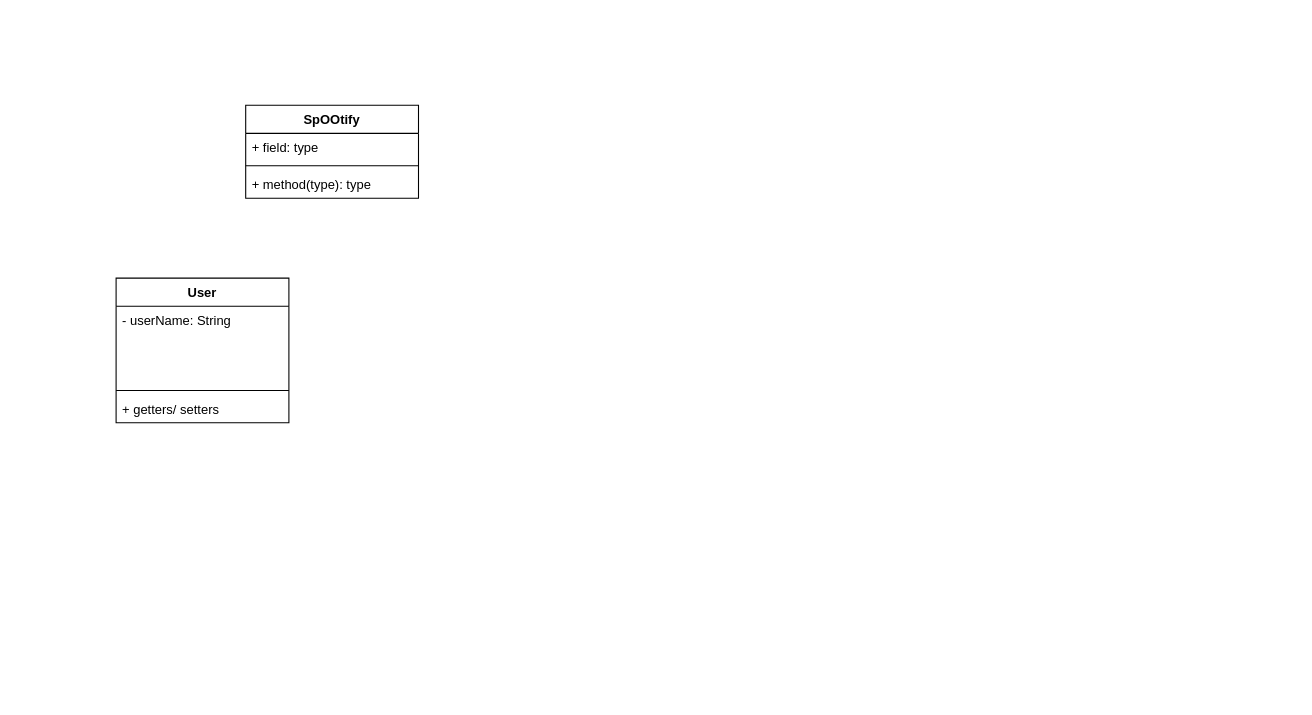
Before: practica5_ejercicio1.drawio in ssofiaavila/OO2--Informatica-UNLP, a draw.io diagram. Source tidied: cells renumbered, new cells numbered last; positions are measured from the earlier drawing's top-left corner, leaving out a move shared by most shapes. Both pictures are drawn from the tidied source at 108%, with x=0, y=0 at pixel (116, 105).
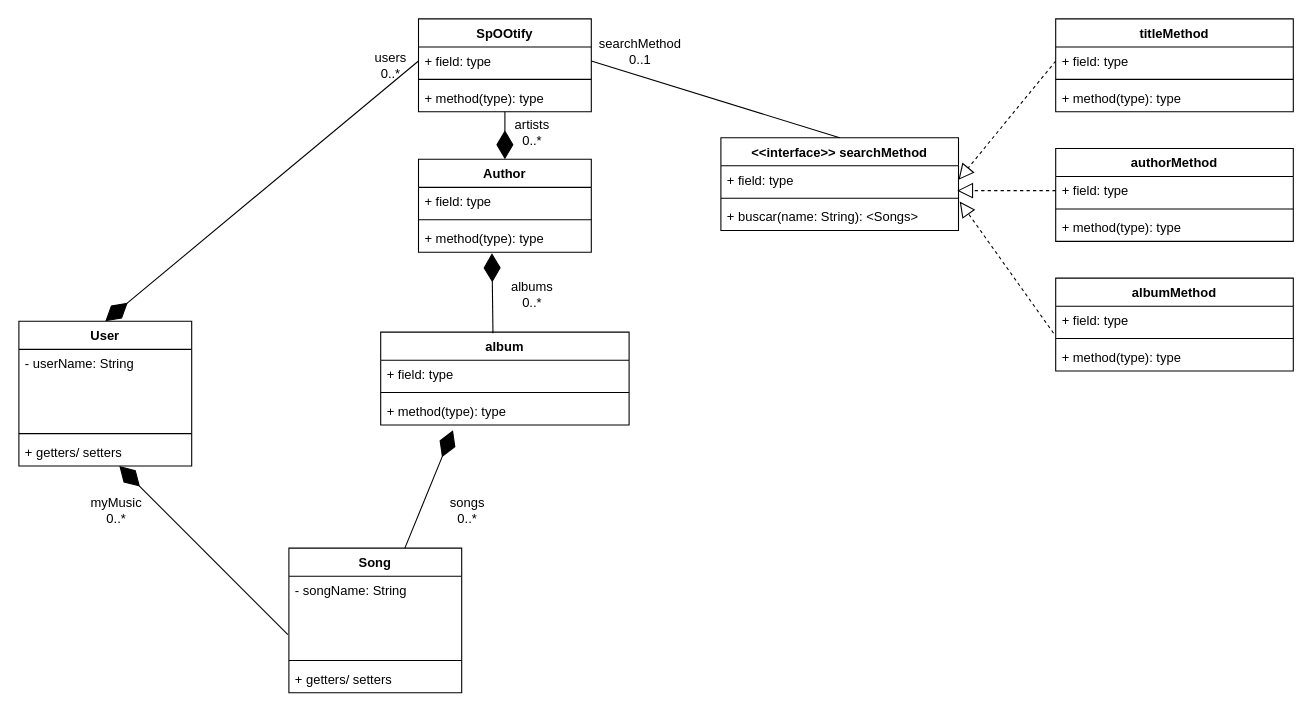
After the change.

The change refers to these unchanged cells:
```xml
<mxCell id="3" value="+ field: type" style="text;strokeColor=none;fillColor=none;align=left;verticalAlign=top;spacingLeft=4;spacingRight=4;overflow=hidden;points=[[0,0.5],[1,0.5]];portConstraint=eastwest;" parent="2" vertex="1">
  <mxGeometry y="26" width="160" height="26" as="geometry" />
</mxCell>
<mxCell id="5" value="+ method(type): type" style="text;strokeColor=none;fillColor=none;align=left;verticalAlign=top;spacingLeft=4;spacingRight=4;overflow=hidden;points=[[0,0.5],[1,0.5]];portConstraint=eastwest;" parent="2" vertex="1">
  <mxGeometry y="60" width="160" height="26" as="geometry" />
</mxCell>
<mxCell id="9" value="+ getters/ setters" style="text;strokeColor=none;fillColor=none;align=left;verticalAlign=top;spacingLeft=4;spacingRight=4;overflow=hidden;points=[[0,0.5],[1,0.5]];portConstraint=eastwest;" parent="6" vertex="1">
  <mxGeometry y="108" width="160" height="26" as="geometry" />
</mxCell>
```

Change to the diagram source:
```diff
@@
     <mxCell id="2" value="SpOOtify" style="swimlane;fontStyle=1;align=center;verticalAlign=top;horizontal=1;startSize=26;" parent="1" vertex="1">
-      <mxGeometry x="120" width="160" height="86" as="geometry" />
+      <mxGeometry x="280" y="-80" width="160" height="86" as="geometry" />
     </mxCell>
@@
     <mxCell id="6" value="User" style="swimlane;fontStyle=1;align=center;verticalAlign=top;horizontal=1;startSize=26;" parent="1" vertex="1">
-      <mxGeometry y="160" width="160" height="134" as="geometry" />
+      <mxGeometry x="-90" y="200" width="160" height="134" as="geometry" />
     </mxCell>
@@
+    <mxCell id="10" value="Song" style="swimlane;fontStyle=1;align=center;verticalAlign=top;horizontal=1;startSize=26;" parent="1" vertex="1">
+      <mxGeometry x="160" y="410" width="160" height="134" as="geometry" />
+    </mxCell>
+    <mxCell id="11" value="- songName: String" style="text;strokeColor=none;fillColor=none;align=left;verticalAlign=top;spacingLeft=4;spacingRight=4;overflow=hidden;points=[[0,0.5],[1,0.5]];portConstraint=eastwest;" parent="10" vertex="1">
+      <mxGeometry y="26" width="160" height="74" as="geometry" />
+    </mxCell>
+    <mxCell id="12" style="line;strokeWidth=1;fillColor=none;align=left;verticalAlign=middle;spacingTop=-1;spacingLeft=3;spacingRight=3;labelPosition=right;" parent="10" vertex="1">
+      <mxGeometry y="100" width="160" height="8" as="geometry" />
+    </mxCell>
+    <mxCell id="13" value="+ getters/ setters" style="text;strokeColor=none;fillColor=none;align=left;verticalAlign=top;spacingLeft=4;spacingRight=4;overflow=hidden;" parent="10" vertex="1">
+      <mxGeometry y="108" width="160" height="26" as="geometry" />
+    </mxCell>
+    <mxCell id="14" style="endArrow=diamondThin;endFill=1;endSize=24;html=1;rounded=0;exitX=-0.006;exitY=0.73;exitDx=0;exitDy=0;exitPerimeter=0;" parent="1" edge="1" source="11" target="9">
+      <mxGeometry relative="1" as="geometry" />
+    </mxCell>
+    <mxCell id="15" value="myMusic&lt;br&gt;0..*" style="text;html=1;align=center;verticalAlign=middle;strokeColor=none;fillColor=none;" parent="1" vertex="1">
+      <mxGeometry x="-30" y="360" width="60" height="30" as="geometry" />
+    </mxCell>
+    <mxCell id="16" style="endArrow=diamondThin;endFill=1;endSize=24;html=1;rounded=0;exitX=0;exitY=0.5;exitDx=0;exitDy=0;entryX=0.5;entryY=0;entryDx=0;entryDy=0;" parent="1" edge="1" source="3" target="6">
+      <mxGeometry relative="1" as="geometry" />
+    </mxCell>
+    <mxCell id="17" value="users&lt;br&gt;0..*" style="text;html=1;align=center;verticalAlign=middle;strokeColor=none;fillColor=none;" parent="1" vertex="1">
+      <mxGeometry x="234" y="-52" width="40" height="30" as="geometry" />
+    </mxCell>
+    <mxCell id="18" value="&lt;&lt;interface&gt;&gt; searchMethod" style="swimlane;fontStyle=1;align=center;verticalAlign=top;horizontal=1;startSize=26;" parent="1" vertex="1">
+      <mxGeometry x="560" y="30" width="220" height="86" as="geometry" />
+    </mxCell>
+    <mxCell id="19" value="+ field: type" style="text;strokeColor=none;fillColor=none;align=left;verticalAlign=top;spacingLeft=4;spacingRight=4;overflow=hidden;points=[[0,0.5],[1,0.5]];portConstraint=eastwest;" parent="18" vertex="1">
+      <mxGeometry y="26" width="220" height="26" as="geometry" />
+    </mxCell>
+    <mxCell id="20" style="line;strokeWidth=1;fillColor=none;align=left;verticalAlign=middle;spacingTop=-1;spacingLeft=3;spacingRight=3;labelPosition=right;points=[];portConstraint=eastwest;" parent="18" vertex="1">
+      <mxGeometry y="52" width="220" height="8" as="geometry" />
+    </mxCell>
+    <mxCell id="21" value="+ buscar(name: String): &lt;Songs&gt;" style="text;strokeColor=none;fillColor=none;align=left;verticalAlign=top;spacingLeft=4;spacingRight=4;overflow=hidden;" parent="18" vertex="1">
+      <mxGeometry y="60" width="220" height="26" as="geometry" />
+    </mxCell>
+    <mxCell id="22" style="endArrow=none;html=1;rounded=0;entryX=1;entryY=0.5;entryDx=0;entryDy=0;exitX=0.5;exitY=0;exitDx=0;exitDy=0;" parent="1" edge="1" source="18" target="3">
+      <mxGeometry relative="1" as="geometry" />
+    </mxCell>
+    <mxCell id="23" value="searchMethod&lt;br&gt;0..1" style="text;html=1;align=center;verticalAlign=middle;strokeColor=none;fillColor=none;" parent="1" vertex="1">
+      <mxGeometry x="440" y="-65" width="90" height="30" as="geometry" />
+    </mxCell>
+    <mxCell id="24" value="titleMethod" style="swimlane;fontStyle=1;align=center;verticalAlign=top;horizontal=1;startSize=26;" parent="1" vertex="1">
+      <mxGeometry x="870" y="-80" width="220" height="86" as="geometry" />
+    </mxCell>
+    <mxCell id="25" value="+ field: type" style="text;strokeColor=none;fillColor=none;align=left;verticalAlign=top;spacingLeft=4;spacingRight=4;overflow=hidden;points=[[0,0.5],[1,0.5]];portConstraint=eastwest;" parent="24" vertex="1">
+      <mxGeometry y="26" width="220" height="26" as="geometry" />
+    </mxCell>
+    <mxCell id="26" style="line;strokeWidth=1;fillColor=none;align=left;verticalAlign=middle;spacingTop=-1;spacingLeft=3;spacingRight=3;labelPosition=right;" parent="24" vertex="1">
+      <mxGeometry y="52" width="220" height="8" as="geometry" />
+    </mxCell>
+    <mxCell id="27" value="+ method(type): type" style="text;strokeColor=none;fillColor=none;align=left;verticalAlign=top;spacingLeft=4;spacingRight=4;overflow=hidden;" parent="24" vertex="1">
+      <mxGeometry y="60" width="220" height="26" as="geometry" />
+    </mxCell>
+    <mxCell id="28" value="authorMethod" style="swimlane;fontStyle=1;align=center;verticalAlign=top;horizontal=1;startSize=26;" parent="1" vertex="1">
+      <mxGeometry x="870" y="40" width="220" height="86" as="geometry" />
+    </mxCell>
+    <mxCell id="29" value="+ field: type" style="text;strokeColor=none;fillColor=none;align=left;verticalAlign=top;spacingLeft=4;spacingRight=4;overflow=hidden;points=[[0,0.5],[1,0.5]];portConstraint=eastwest;" parent="28" vertex="1">
+      <mxGeometry y="26" width="220" height="26" as="geometry" />
+    </mxCell>
+    <mxCell id="30" style="line;strokeWidth=1;fillColor=none;align=left;verticalAlign=middle;spacingTop=-1;spacingLeft=3;spacingRight=3;labelPosition=right;" parent="28" vertex="1">
+      <mxGeometry y="52" width="220" height="8" as="geometry" />
+    </mxCell>
+    <mxCell id="31" value="+ method(type): type" style="text;strokeColor=none;fillColor=none;align=left;verticalAlign=top;spacingLeft=4;spacingRight=4;overflow=hidden;" parent="28" vertex="1">
+      <mxGeometry y="60" width="220" height="26" as="geometry" />
+    </mxCell>
+    <mxCell id="32" value="albumMethod" style="swimlane;fontStyle=1;align=center;verticalAlign=top;horizontal=1;startSize=26;" parent="1" vertex="1">
+      <mxGeometry x="870" y="160" width="220" height="86" as="geometry" />
+    </mxCell>
+    <mxCell id="33" value="+ field: type" style="text;strokeColor=none;fillColor=none;align=left;verticalAlign=top;spacingLeft=4;spacingRight=4;overflow=hidden;points=[[0,0.5],[1,0.5]];portConstraint=eastwest;" parent="32" vertex="1">
+      <mxGeometry y="26" width="220" height="26" as="geometry" />
+    </mxCell>
+    <mxCell id="34" style="line;strokeWidth=1;fillColor=none;align=left;verticalAlign=middle;spacingTop=-1;spacingLeft=3;spacingRight=3;labelPosition=right;" parent="32" vertex="1">
+      <mxGeometry y="52" width="220" height="8" as="geometry" />
+    </mxCell>
+    <mxCell id="35" value="+ method(type): type" style="text;strokeColor=none;fillColor=none;align=left;verticalAlign=top;spacingLeft=4;spacingRight=4;overflow=hidden;" parent="32" vertex="1">
+      <mxGeometry y="60" width="220" height="26" as="geometry" />
+    </mxCell>
+    <mxCell id="36" style="endArrow=block;dashed=1;endFill=0;endSize=12;html=1;rounded=0;exitX=0;exitY=0.5;exitDx=0;exitDy=0;entryX=1;entryY=0.5;entryDx=0;entryDy=0;" parent="1" edge="1" source="25" target="19">
+      <mxGeometry relative="1" as="geometry" />
+    </mxCell>
+    <mxCell id="37" style="endArrow=block;dashed=1;endFill=0;endSize=12;html=1;rounded=0;entryX=0.995;entryY=0.885;entryDx=0;entryDy=0;entryPerimeter=0;" parent="1" edge="1" source="29" target="19">
+      <mxGeometry relative="1" as="geometry" />
+    </mxCell>
+    <mxCell id="38" style="endArrow=block;dashed=1;endFill=0;endSize=12;html=1;rounded=0;entryX=1.005;entryY=0.875;entryDx=0;entryDy=0;entryPerimeter=0;exitX=-0.009;exitY=0.962;exitDx=0;exitDy=0;exitPerimeter=0;" parent="1" edge="1" source="33" target="20">
+      <mxGeometry relative="1" as="geometry" />
+    </mxCell>
+    <mxCell id="39" value="album" style="swimlane;fontStyle=1;align=center;verticalAlign=top;horizontal=1;startSize=26;" parent="1" vertex="1">
+      <mxGeometry x="245" y="210" width="230" height="86" as="geometry" />
+    </mxCell>
+    <mxCell id="40" value="+ field: type" style="text;strokeColor=none;fillColor=none;align=left;verticalAlign=top;spacingLeft=4;spacingRight=4;overflow=hidden;" parent="39" vertex="1">
+      <mxGeometry y="26" width="230" height="26" as="geometry" />
+    </mxCell>
+    <mxCell id="41" style="line;strokeWidth=1;fillColor=none;align=left;verticalAlign=middle;spacingTop=-1;spacingLeft=3;spacingRight=3;labelPosition=right;" parent="39" vertex="1">
+      <mxGeometry y="52" width="230" height="8" as="geometry" />
+    </mxCell>
+    <mxCell id="42" value="+ method(type): type" style="text;strokeColor=none;fillColor=none;align=left;verticalAlign=top;spacingLeft=4;spacingRight=4;overflow=hidden;points=[[0,0.5],[1,0.5]];portConstraint=eastwest;" parent="39" vertex="1">
+      <mxGeometry y="60" width="230" height="26" as="geometry" />
+    </mxCell>
+    <mxCell id="43" value="Author" style="swimlane;fontStyle=1;align=center;verticalAlign=top;horizontal=1;startSize=26;" parent="1" vertex="1">
+      <mxGeometry x="280" y="50" width="160" height="86" as="geometry" />
+    </mxCell>
+    <mxCell id="44" value="+ field: type" style="text;strokeColor=none;fillColor=none;align=left;verticalAlign=top;spacingLeft=4;spacingRight=4;overflow=hidden;" parent="43" vertex="1">
+      <mxGeometry y="26" width="160" height="26" as="geometry" />
+    </mxCell>
+    <mxCell id="45" style="line;strokeWidth=1;fillColor=none;align=left;verticalAlign=middle;spacingTop=-1;spacingLeft=3;spacingRight=3;labelPosition=right;" parent="43" vertex="1">
+      <mxGeometry y="52" width="160" height="8" as="geometry" />
+    </mxCell>
+    <mxCell id="46" value="+ method(type): type" style="text;strokeColor=none;fillColor=none;align=left;verticalAlign=top;spacingLeft=4;spacingRight=4;overflow=hidden;points=[[0,0.5],[1,0.5]];portConstraint=eastwest;" parent="43" vertex="1">
+      <mxGeometry y="60" width="160" height="26" as="geometry" />
+    </mxCell>
+    <mxCell id="47" style="endArrow=diamondThin;endFill=1;endSize=24;html=1;rounded=0;entryX=0.5;entryY=0;entryDx=0;entryDy=0;" parent="1" edge="1" source="5" target="43">
+      <mxGeometry relative="1" as="geometry" />
+    </mxCell>
+    <mxCell id="48" value="artists&lt;br&gt;0..*" style="text;html=1;align=center;verticalAlign=middle;strokeColor=none;fillColor=none;" parent="1" vertex="1">
+      <mxGeometry x="360" y="10" width="50" height="30" as="geometry" />
+    </mxCell>
+    <mxCell id="49" value="albums&lt;br&gt;0..*" style="text;html=1;align=center;verticalAlign=middle;strokeColor=none;fillColor=none;" parent="1" vertex="1">
+      <mxGeometry x="360" y="160" width="50" height="30" as="geometry" />
+    </mxCell>
+    <mxCell id="50" style="endArrow=diamondThin;endFill=1;endSize=24;html=1;rounded=0;exitX=0.452;exitY=0.012;exitDx=0;exitDy=0;entryX=0.425;entryY=1.038;entryDx=0;entryDy=0;entryPerimeter=0;exitPerimeter=0;" parent="1" edge="1" source="39" target="46">
+      <mxGeometry relative="1" as="geometry" />
+    </mxCell>
+    <mxCell id="51" style="endArrow=diamondThin;endFill=1;endSize=24;html=1;rounded=0;entryX=0.291;entryY=1.192;entryDx=0;entryDy=0;entryPerimeter=0;" parent="1" edge="1" source="10" target="42">
+      <mxGeometry relative="1" as="geometry" />
+    </mxCell>
+    <mxCell id="52" value="songs &lt;br&gt;0..*" style="text;html=1;align=center;verticalAlign=middle;strokeColor=none;fillColor=none;" parent="1" vertex="1">
+      <mxGeometry x="300" y="360" width="50" height="30" as="geometry" />
+    </mxCell>
```
